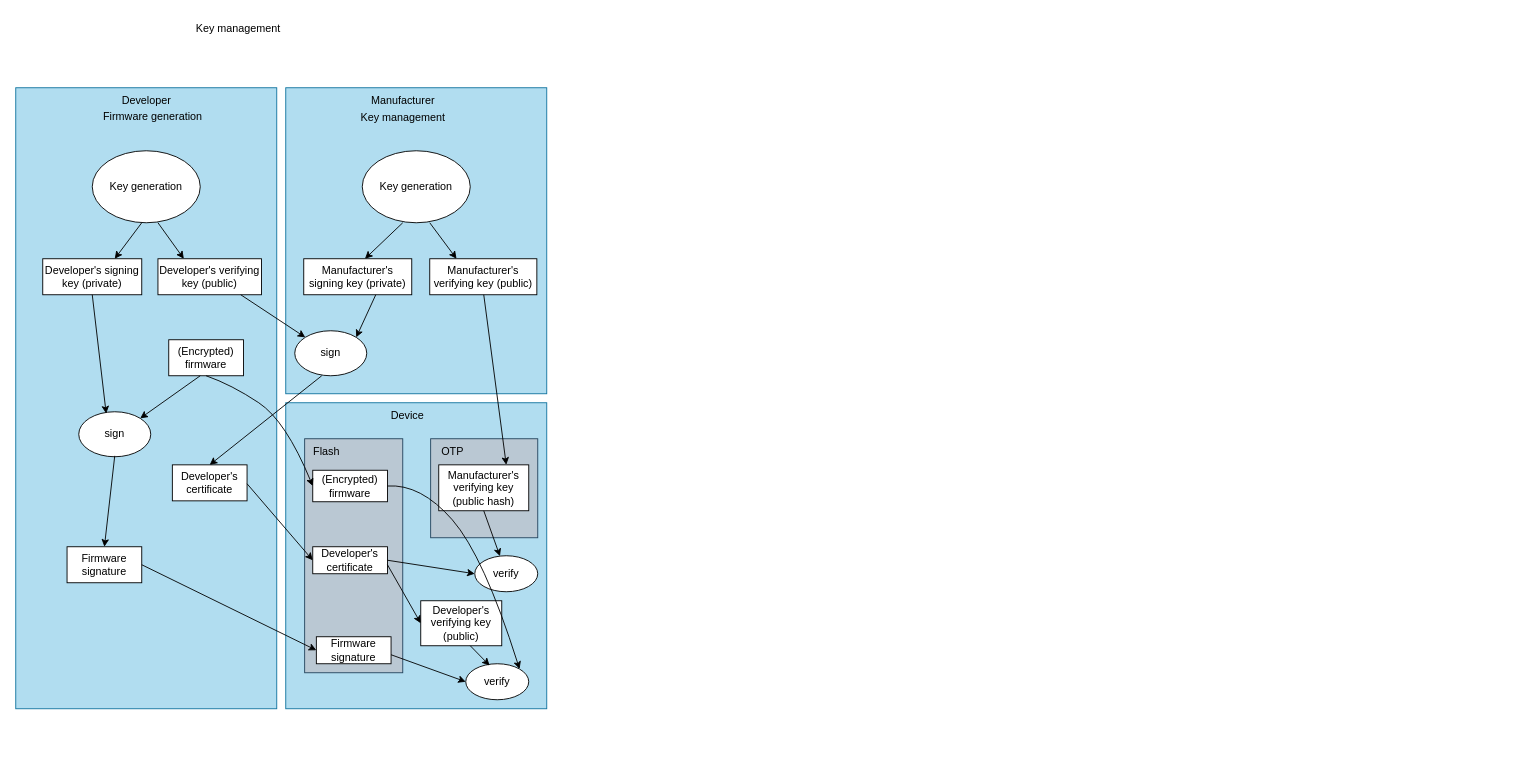
The draw.io diagram page "authentication" (2 of 3) of secure_boot.drawio in thomas-coding/drawio, before the edit. Source tidied: cells renumbered, new cells numbered last; positions are measured from the earlier drawing's top-left corner, leaving out a move shared by most shapes. Both pictures are drawn from the tidied source at 90%, with x=0, y=0 at pixel (15, 15).
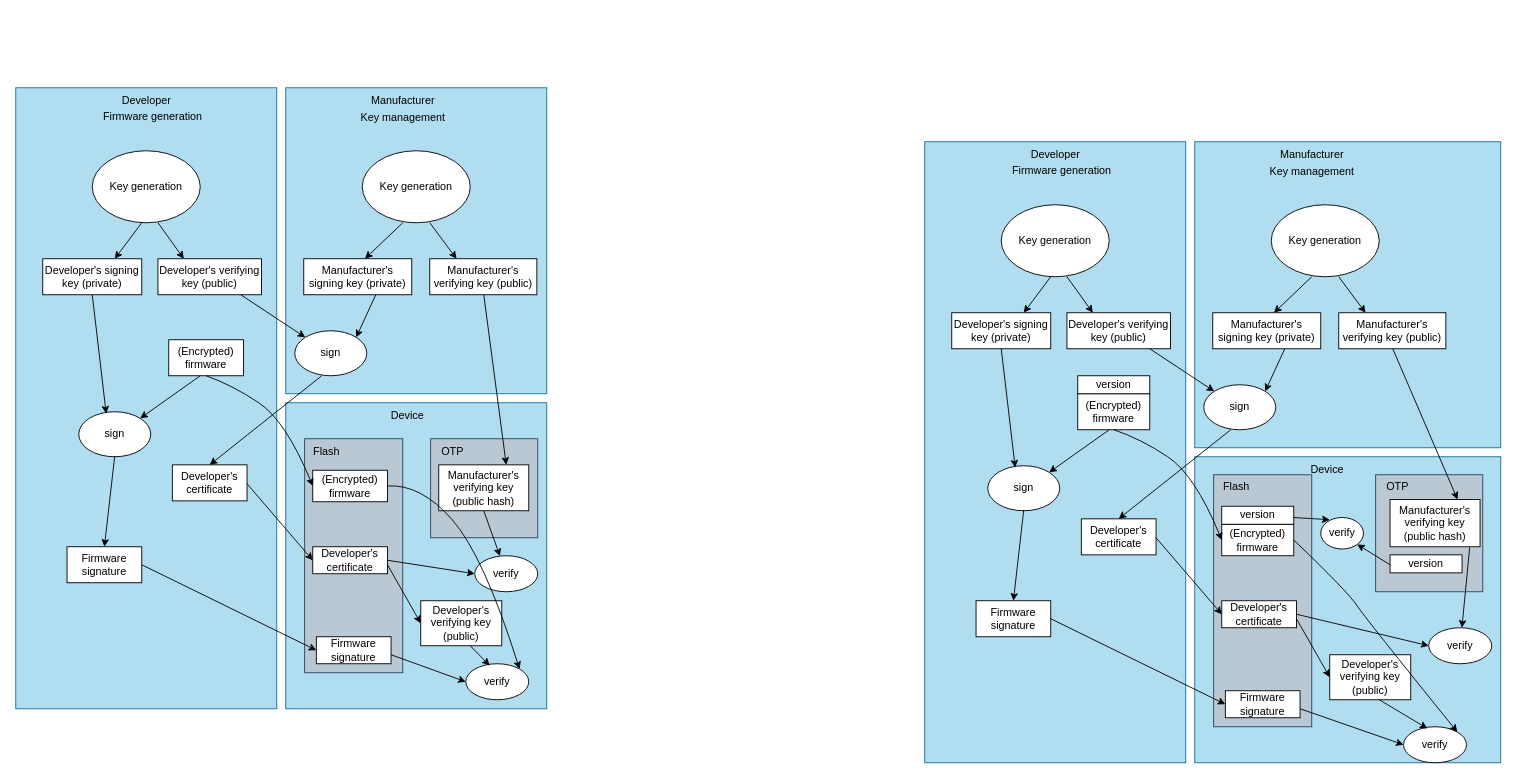
The same page after the edit.

The edit, as a diff of the source:
```diff
@@
-    <mxCell id="18" value="Key management" style="text;html=1;strokeColor=none;fillColor=none;align=center;verticalAlign=middle;whiteSpace=wrap;rounded=0;" parent="1" vertex="1">
-      <mxGeometry x="185" width="125" height="30" as="geometry" />
-    </mxCell>
@@
+    <mxCell id="53" style="rounded=0;whiteSpace=wrap;html=1;fillColor=#b1ddf0;strokeColor=#10739e;" parent="1" vertex="1">
+      <mxGeometry x="1010" y="140" width="290" height="690" as="geometry" />
+    </mxCell>
+    <mxCell id="54" value="Developer" style="text;html=1;align=center;verticalAlign=middle;strokeColor=none;fillColor=none;" parent="1" vertex="1">
+      <mxGeometry x="1115" y="140" width="80" height="30" as="geometry" />
+    </mxCell>
+    <mxCell id="55" value="Key generation" style="ellipse;whiteSpace=wrap;html=1;" parent="1" vertex="1">
+      <mxGeometry x="1095" y="210" width="120" height="80" as="geometry" />
+    </mxCell>
+    <mxCell id="56" value="Developer's signing key (private)" style="rounded=0;whiteSpace=wrap;html=1;" parent="1" vertex="1">
+      <mxGeometry x="1040" y="330" width="110" height="40" as="geometry" />
+    </mxCell>
+    <mxCell id="57" value="Developer's verifying key (public)" style="rounded=0;whiteSpace=wrap;html=1;" parent="1" vertex="1">
+      <mxGeometry x="1168" y="330" width="115" height="40" as="geometry" />
+    </mxCell>
+    <mxCell id="58" style="rounded=0;whiteSpace=wrap;html=1;fillColor=#b1ddf0;strokeColor=#10739e;" parent="1" vertex="1">
+      <mxGeometry x="1310" y="140" width="340" height="340" as="geometry" />
+    </mxCell>
+    <mxCell id="59" value="Manufacturer" style="text;html=1;align=center;verticalAlign=middle;strokeColor=none;fillColor=none;" parent="1" vertex="1">
+      <mxGeometry x="1395" y="140" width="90" height="30" as="geometry" />
+    </mxCell>
+    <mxCell id="60" value="Key generation" style="ellipse;whiteSpace=wrap;html=1;" parent="1" vertex="1">
+      <mxGeometry x="1395" y="210" width="120" height="80" as="geometry" />
+    </mxCell>
+    <mxCell id="61" value="Manufacturer's signing key (private)" style="rounded=0;whiteSpace=wrap;html=1;" parent="1" vertex="1">
+      <mxGeometry x="1330" y="330" width="120" height="40" as="geometry" />
+    </mxCell>
+    <mxCell id="62" value="Manufacturer's verifying key (public)" style="rounded=0;whiteSpace=wrap;html=1;" parent="1" vertex="1">
+      <mxGeometry x="1470" y="330" width="119" height="40" as="geometry" />
+    </mxCell>
+    <mxCell id="63" value="Developer's certificate" style="rounded=0;whiteSpace=wrap;html=1;" parent="1" vertex="1">
+      <mxGeometry x="1184" y="559" width="83" height="40" as="geometry" />
+    </mxCell>
+    <mxCell id="64" value="sign" style="ellipse;whiteSpace=wrap;html=1;" parent="1" vertex="1">
+      <mxGeometry x="1320" y="410" width="80" height="50" as="geometry" />
+    </mxCell>
+    <mxCell id="65" style="endArrow=classic;html=1;rounded=0;entryX=0.25;entryY=0;entryDx=0;entryDy=0;" parent="1" edge="1" target="62">
+      <mxGeometry relative="1" as="geometry">
+        <mxPoint x="1470" y="290" as="sourcePoint" />
+      </mxGeometry>
+    </mxCell>
+    <mxCell id="66" style="endArrow=classic;html=1;rounded=0;" parent="1" edge="1">
+      <mxGeometry relative="1" as="geometry">
+        <mxPoint x="1150" y="290" as="sourcePoint" />
+        <mxPoint x="1120" y="330" as="targetPoint" />
+      </mxGeometry>
+    </mxCell>
+    <mxCell id="67" style="endArrow=classic;html=1;rounded=0;entryX=0.25;entryY=0;entryDx=0;entryDy=0;" parent="1" edge="1" target="57">
+      <mxGeometry relative="1" as="geometry">
+        <mxPoint x="1168" y="290" as="sourcePoint" />
+      </mxGeometry>
+    </mxCell>
+    <mxCell id="68" style="endArrow=classic;html=1;rounded=0;entryX=0.567;entryY=0;entryDx=0;entryDy=0;entryPerimeter=0;" parent="1" edge="1" target="61">
+      <mxGeometry relative="1" as="geometry">
+        <mxPoint x="1440" y="290" as="sourcePoint" />
+      </mxGeometry>
+    </mxCell>
+    <mxCell id="69" value="Firmware generation" style="text;html=1;strokeColor=none;fillColor=none;align=center;verticalAlign=middle;whiteSpace=wrap;rounded=0;" parent="1" vertex="1">
+      <mxGeometry x="1100" y="164" width="125" height="15" as="geometry" />
+    </mxCell>
+    <mxCell id="18" value="Key management" style="text;html=1;strokeColor=none;fillColor=none;align=center;verticalAlign=middle;whiteSpace=wrap;rounded=0;" parent="1" vertex="1">
+      <mxGeometry x="1377.5" y="163" width="125" height="20" as="geometry" />
+    </mxCell>
+    <mxCell id="70" style="endArrow=classic;html=1;rounded=0;entryX=0;entryY=0;entryDx=0;entryDy=0;" parent="1" edge="1" target="64">
+      <mxGeometry relative="1" as="geometry">
+        <mxPoint x="1260" y="370" as="sourcePoint" />
+      </mxGeometry>
+    </mxCell>
+    <mxCell id="71" style="endArrow=classic;html=1;rounded=0;entryX=1;entryY=0;entryDx=0;entryDy=0;" parent="1" edge="1" target="64">
+      <mxGeometry relative="1" as="geometry">
+        <mxPoint x="1410" y="370" as="sourcePoint" />
+      </mxGeometry>
+    </mxCell>
+    <mxCell id="72" style="rounded=0;whiteSpace=wrap;html=1;fillColor=#b1ddf0;strokeColor=#10739e;" parent="1" vertex="1">
+      <mxGeometry x="1310" y="490" width="340" height="340" as="geometry" />
+    </mxCell>
+    <mxCell id="73" value="Device" style="text;html=1;align=center;verticalAlign=middle;strokeColor=none;fillColor=none;" parent="1" vertex="1">
+      <mxGeometry x="1427" y="490" width="60" height="30" as="geometry" />
+    </mxCell>
+    <mxCell id="74" style="rounded=0;whiteSpace=wrap;html=1;fillColor=#bac8d3;strokeColor=#23445d;" parent="1" vertex="1">
+      <mxGeometry x="1511" y="510" width="119" height="130" as="geometry" />
+    </mxCell>
+    <mxCell id="75" value="OTP" style="text;html=1;align=center;verticalAlign=middle;strokeColor=none;fillColor=none;" parent="1" vertex="1">
+      <mxGeometry x="1510" y="507.5" width="50" height="30" as="geometry" />
+    </mxCell>
+    <mxCell id="76" value="Manufacturer's verifying key (public hash)" style="rounded=0;whiteSpace=wrap;html=1;" parent="1" vertex="1">
+      <mxGeometry x="1527" y="537.5" width="100" height="52.5" as="geometry" />
+    </mxCell>
+    <mxCell id="77" style="endArrow=classic;html=1;rounded=0;entryX=0.75;entryY=0;entryDx=0;entryDy=0;" parent="1" edge="1" target="76">
+      <mxGeometry relative="1" as="geometry">
+        <mxPoint x="1530" y="370" as="sourcePoint" />
+      </mxGeometry>
+    </mxCell>
+    <mxCell id="78" style="rounded=0;whiteSpace=wrap;html=1;fillColor=#bac8d3;strokeColor=#23445d;" parent="1" vertex="1">
+      <mxGeometry x="1331" y="510" width="109" height="280" as="geometry" />
+    </mxCell>
+    <mxCell id="79" value="Flash" style="text;html=1;align=center;verticalAlign=middle;strokeColor=none;fillColor=none;" parent="1" vertex="1">
+      <mxGeometry x="1331" y="509" width="50" height="30" as="geometry" />
+    </mxCell>
+    <mxCell id="80" value="&lt;div&gt;(Encrypted)&lt;/div&gt;&lt;div&gt;firmware&lt;/div&gt;" style="rounded=0;whiteSpace=wrap;html=1;" parent="1" vertex="1">
+      <mxGeometry x="1180" y="420" width="80" height="40" as="geometry" />
+    </mxCell>
+    <mxCell id="81" value="&lt;div&gt;(Encrypted)&lt;/div&gt;&lt;div&gt;firmware&lt;/div&gt;" style="rounded=0;whiteSpace=wrap;html=1;" parent="1" vertex="1">
+      <mxGeometry x="1340" y="565" width="80" height="35" as="geometry" />
+    </mxCell>
+    <mxCell id="82" value="&lt;div&gt;Firmware&lt;/div&gt;&lt;div&gt;signature&lt;/div&gt;" style="rounded=0;whiteSpace=wrap;html=1;" parent="1" vertex="1">
+      <mxGeometry x="1067" y="650" width="83" height="40" as="geometry" />
+    </mxCell>
+    <mxCell id="83" value="Developer's certificate" style="rounded=0;whiteSpace=wrap;html=1;" parent="1" vertex="1">
+      <mxGeometry x="1340" y="650" width="83" height="30" as="geometry" />
+    </mxCell>
+    <mxCell id="84" value="&lt;div&gt;Firmware&lt;/div&gt;&lt;div&gt;signature&lt;/div&gt;" style="rounded=0;whiteSpace=wrap;html=1;" parent="1" vertex="1">
+      <mxGeometry x="1344" y="750" width="83" height="30" as="geometry" />
+    </mxCell>
+    <mxCell id="85" value="sign" style="ellipse;whiteSpace=wrap;html=1;" parent="1" vertex="1">
+      <mxGeometry x="1080" y="500" width="80" height="50" as="geometry" />
+    </mxCell>
+    <mxCell id="86" style="endArrow=classic;html=1;rounded=0;entryX=1;entryY=0;entryDx=0;entryDy=0;" parent="1" edge="1" target="85">
+      <mxGeometry relative="1" as="geometry">
+        <mxPoint x="1215" y="460" as="sourcePoint" />
+      </mxGeometry>
+    </mxCell>
+    <mxCell id="87" style="endArrow=classic;html=1;rounded=0;entryX=0.381;entryY=0.04;entryDx=0;entryDy=0;entryPerimeter=0;" parent="1" edge="1" target="85">
+      <mxGeometry relative="1" as="geometry">
+        <mxPoint x="1095" y="370" as="sourcePoint" />
+      </mxGeometry>
+    </mxCell>
+    <mxCell id="88" style="endArrow=classic;html=1;rounded=0;entryX=0.5;entryY=0;entryDx=0;entryDy=0;" parent="1" edge="1" target="82">
+      <mxGeometry relative="1" as="geometry">
+        <mxPoint x="1120" y="549" as="sourcePoint" />
+      </mxGeometry>
+    </mxCell>
+    <mxCell id="89" style="endArrow=classic;html=1;rounded=0;entryX=0.5;entryY=0;entryDx=0;entryDy=0;" parent="1" edge="1" target="63">
+      <mxGeometry relative="1" as="geometry">
+        <mxPoint x="1350" y="460" as="sourcePoint" />
+      </mxGeometry>
+    </mxCell>
+    <mxCell id="90" style="curved=1;endArrow=classic;html=1;rounded=0;exitX=0.5;exitY=1;exitDx=0;exitDy=0;entryX=0;entryY=0.5;entryDx=0;entryDy=0;" parent="1" edge="1" source="80" target="81">
+      <mxGeometry relative="1" as="geometry">
+        <Array as="points">
+          <mxPoint x="1250" y="470" />
+          <mxPoint x="1310" y="510" />
+        </Array>
+      </mxGeometry>
+    </mxCell>
+    <mxCell id="91" style="endArrow=classic;html=1;rounded=0;entryX=0;entryY=0.5;entryDx=0;entryDy=0;" parent="1" edge="1" target="83">
+      <mxGeometry relative="1" as="geometry">
+        <mxPoint x="1267" y="580" as="sourcePoint" />
+      </mxGeometry>
+    </mxCell>
+    <mxCell id="92" style="endArrow=classic;html=1;rounded=0;entryX=0;entryY=0.5;entryDx=0;entryDy=0;" parent="1" edge="1" target="84">
+      <mxGeometry relative="1" as="geometry">
+        <mxPoint x="1150" y="670" as="sourcePoint" />
+      </mxGeometry>
+    </mxCell>
+    <mxCell id="93" value="verify" style="ellipse;whiteSpace=wrap;html=1;" parent="1" vertex="1">
+      <mxGeometry x="1542" y="790" width="70" height="40" as="geometry" />
+    </mxCell>
+    <mxCell id="94" value="verify" style="ellipse;whiteSpace=wrap;html=1;" parent="1" vertex="1">
+      <mxGeometry x="1570" y="680" width="70" height="40" as="geometry" />
+    </mxCell>
+    <mxCell id="95" style="endArrow=classic;html=1;rounded=0;entryX=0;entryY=0.5;entryDx=0;entryDy=0;exitX=1;exitY=0.5;exitDx=0;exitDy=0;" parent="1" edge="1" source="83" target="94">
+      <mxGeometry relative="1" as="geometry" />
+    </mxCell>
+    <mxCell id="96" style="endArrow=classic;html=1;rounded=0;exitX=0.885;exitY=1.01;exitDx=0;exitDy=0;exitPerimeter=0;" parent="1" edge="1" source="76" target="94">
+      <mxGeometry relative="1" as="geometry" />
+    </mxCell>
+    <mxCell id="97" value="Developer's verifying key (public)" style="rounded=0;whiteSpace=wrap;html=1;" parent="1" vertex="1">
+      <mxGeometry x="1460" y="710" width="90" height="50" as="geometry" />
+    </mxCell>
+    <mxCell id="98" style="endArrow=classic;html=1;rounded=0;entryX=0;entryY=0.5;entryDx=0;entryDy=0;" parent="1" edge="1" target="97">
+      <mxGeometry relative="1" as="geometry">
+        <mxPoint x="1423" y="670" as="sourcePoint" />
+      </mxGeometry>
+    </mxCell>
+    <mxCell id="99" style="endArrow=classic;html=1;rounded=0;entryX=0;entryY=0.5;entryDx=0;entryDy=0;" parent="1" edge="1" target="93">
+      <mxGeometry relative="1" as="geometry">
+        <mxPoint x="1427" y="770" as="sourcePoint" />
+      </mxGeometry>
+    </mxCell>
+    <mxCell id="100" style="endArrow=classic;html=1;rounded=0;entryX=0.379;entryY=0.05;entryDx=0;entryDy=0;entryPerimeter=0;" parent="1" edge="1" target="93">
+      <mxGeometry relative="1" as="geometry">
+        <mxPoint x="1515" y="760" as="sourcePoint" />
+      </mxGeometry>
+    </mxCell>
+    <mxCell id="101" style="curved=1;endArrow=classic;html=1;rounded=0;entryX=1;entryY=0;entryDx=0;entryDy=0;exitX=1;exitY=0.5;exitDx=0;exitDy=0;" parent="1" edge="1" source="81" target="93">
+      <mxGeometry relative="1" as="geometry">
+        <Array as="points">
+          <mxPoint x="1480" y="640" />
+          <mxPoint x="1500" y="670" />
+        </Array>
+      </mxGeometry>
+    </mxCell>
+    <mxCell id="102" value="version" style="rounded=0;whiteSpace=wrap;html=1;" parent="1" vertex="1">
+      <mxGeometry x="1180" y="400" width="80" height="20" as="geometry" />
+    </mxCell>
+    <mxCell id="103" value="version" style="rounded=0;whiteSpace=wrap;html=1;" parent="1" vertex="1">
+      <mxGeometry x="1340" y="545" width="80" height="20" as="geometry" />
+    </mxCell>
+    <mxCell id="104" value="version" style="rounded=0;whiteSpace=wrap;html=1;" parent="1" vertex="1">
+      <mxGeometry x="1527" y="599" width="80" height="20" as="geometry" />
+    </mxCell>
+    <mxCell id="105" value="verify" style="ellipse;whiteSpace=wrap;html=1;" parent="1" vertex="1">
+      <mxGeometry x="1450" y="557.5" width="47.5" height="35" as="geometry" />
+    </mxCell>
+    <mxCell id="106" style="endArrow=classic;html=1;rounded=0;" parent="1" edge="1">
+      <mxGeometry relative="1" as="geometry">
+        <mxPoint x="1420" y="557.5" as="sourcePoint" />
+        <mxPoint x="1460" y="560" as="targetPoint" />
+      </mxGeometry>
+    </mxCell>
+    <mxCell id="107" style="endArrow=classic;html=1;rounded=0;entryX=1;entryY=1;entryDx=0;entryDy=0;" parent="1" edge="1" target="105">
+      <mxGeometry relative="1" as="geometry">
+        <mxPoint x="1527" y="610" as="sourcePoint" />
+      </mxGeometry>
+    </mxCell>
```
